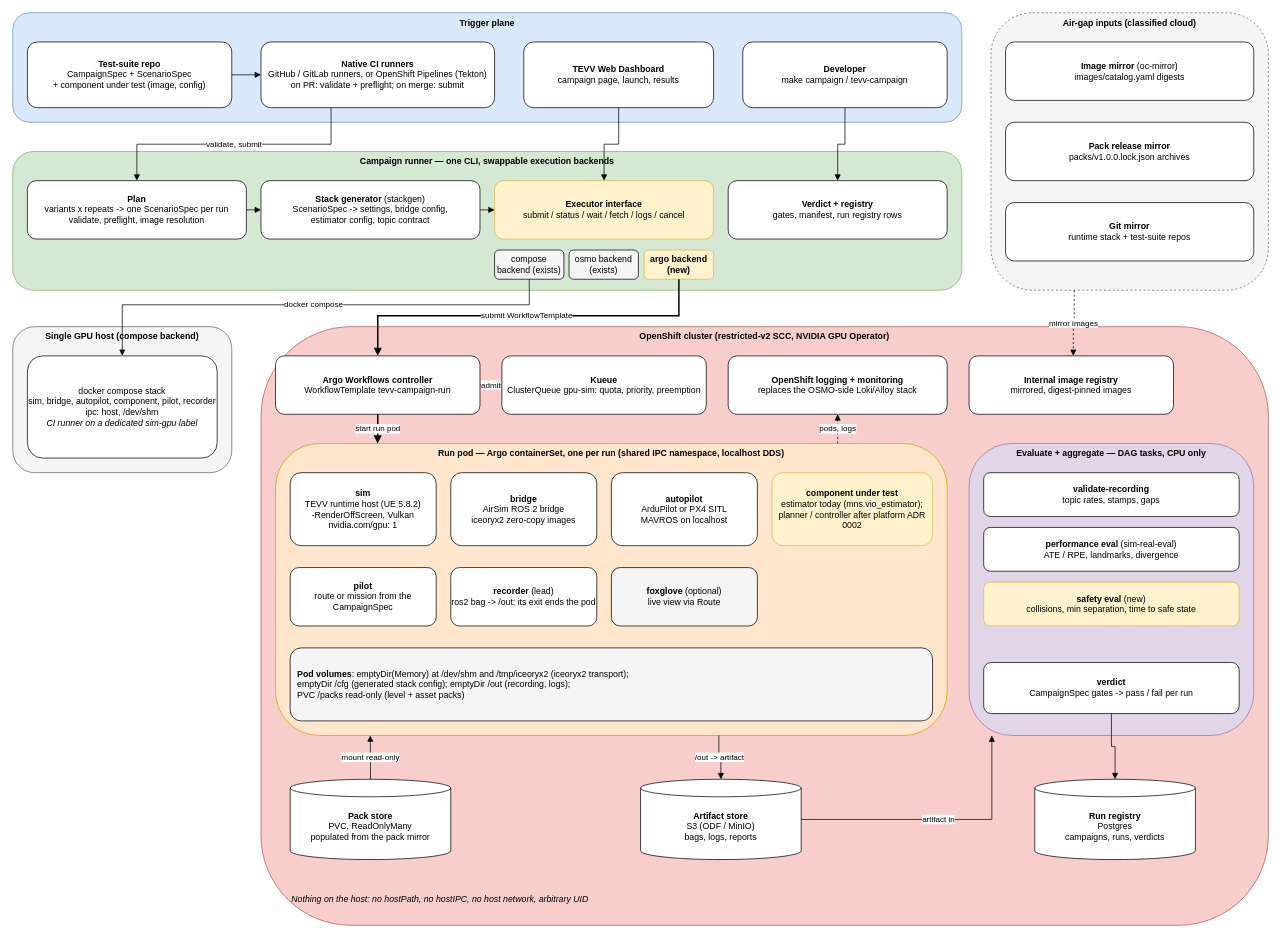
This is page "system-architecture" (1 of 2) of docs/design/diagrams/campaigns-openshift-argo.drawio from DinoHub/M-S-Simulation-Runtime-Stack, a draw.io file, before an edit. Source tidied: cells renumbered, new cells numbered last; positions are measured from the earlier drawing's top-left corner, leaving out a move shared by most shapes. Both pictures are drawn from the tidied source at 73%, with x=0, y=0 at pixel (12, 12).
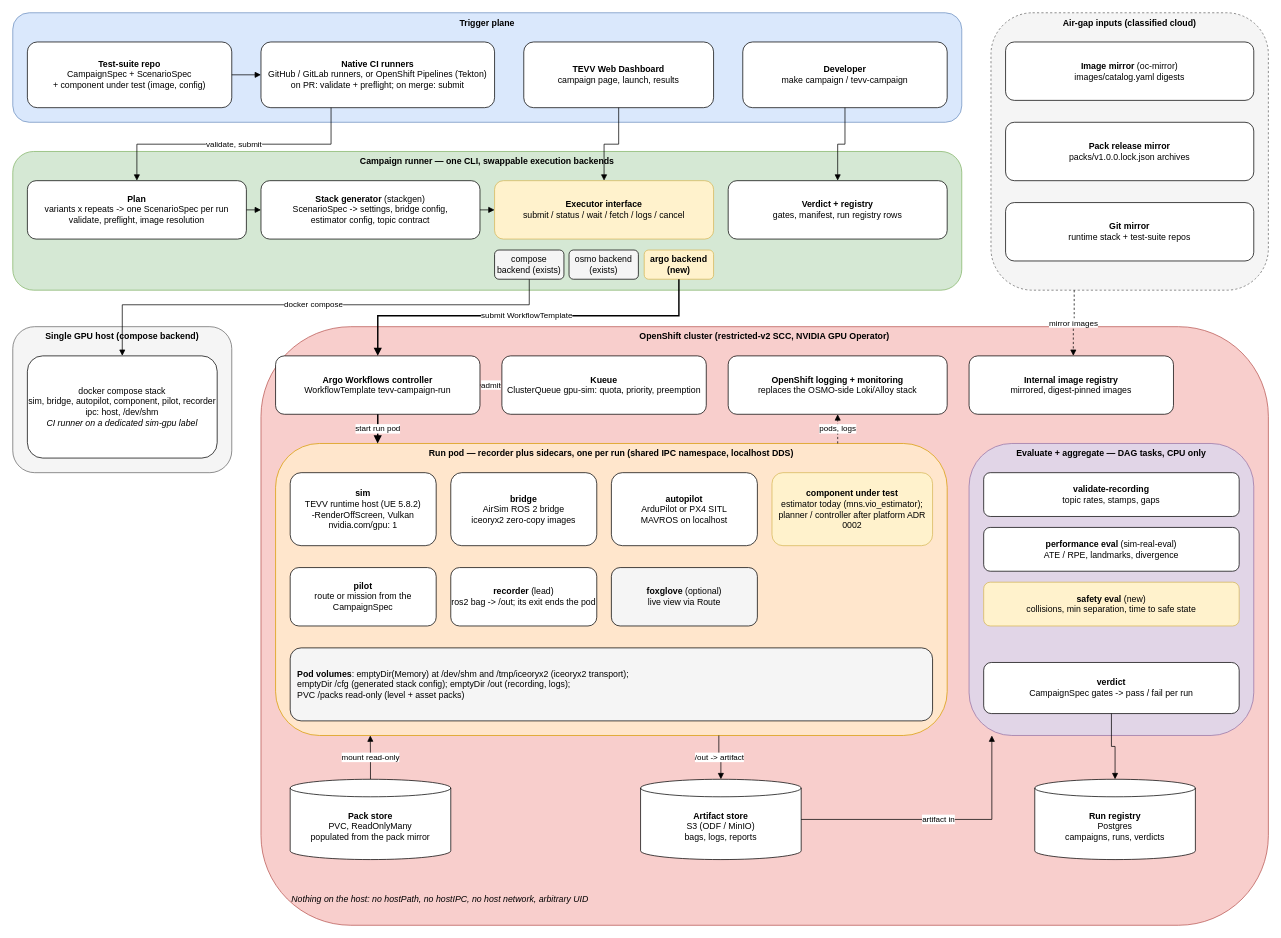
The same page after the edit.

Commit message (it also covers changes not shown here):
docs(design): the fly pod is a main container with sidecars, and SHM is measured

The change refers to these unchanged cells:
```xml
<mxCell id="17" value="OpenShift cluster (restricted-v2 SCC, NVIDIA GPU Operator)" style="rounded=1;whiteSpace=wrap;html=1;verticalAlign=top;fontStyle=1;fillColor=#f8cecc;strokeColor=#b85450;" parent="1" vertex="1">
  <mxGeometry x="340" y="430" width="1380" height="820" as="geometry" />
</mxCell>
```

What changed in the source:
```diff
@@
-    <mxCell id="22" value="Run pod — Argo containerSet, one per run (shared IPC namespace, localhost DDS)" style="rounded=1;whiteSpace=wrap;html=1;verticalAlign=top;fontStyle=1;fillColor=#ffe6cc;strokeColor=#d79b00;" parent="17" vertex="1">
+    <mxCell id="22" value="Run pod — recorder plus sidecars, one per run (shared IPC namespace, localhost DDS)" style="rounded=1;whiteSpace=wrap;html=1;verticalAlign=top;fontStyle=1;fillColor=#ffe6cc;strokeColor=#d79b00;" parent="17" vertex="1">
       <mxGeometry x="20" y="160" width="920" height="400" as="geometry" />
     </mxCell>
```
